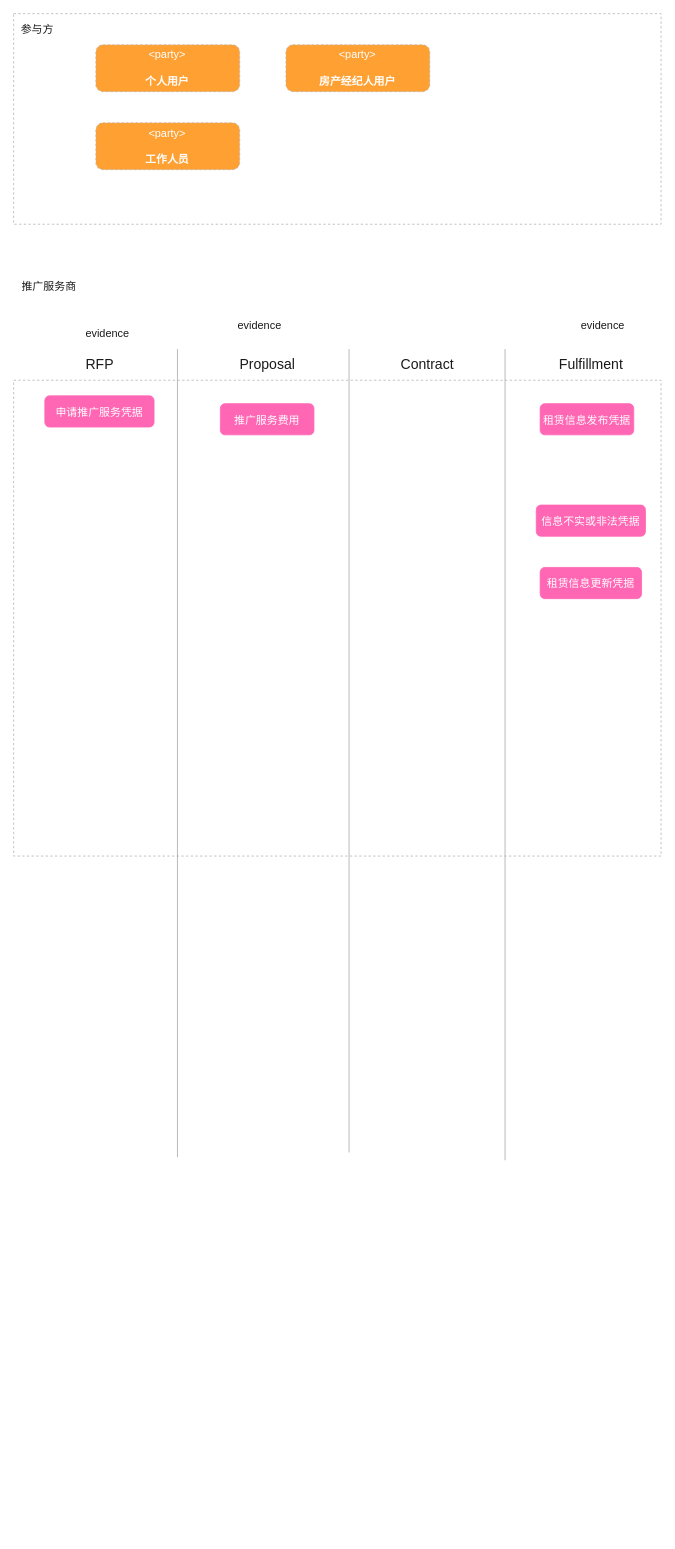
Before: 8x_flow.drawio in YaweiYa/drawio-garage, a draw.io diagram. Source tidied: cells renumbered, new cells numbered last; positions are measured from the earlier drawing's top-left corner, leaving out a move shared by most shapes. Both pictures are drawn from the tidied source at 78%, with x=0, y=0 at pixel (13, 13).
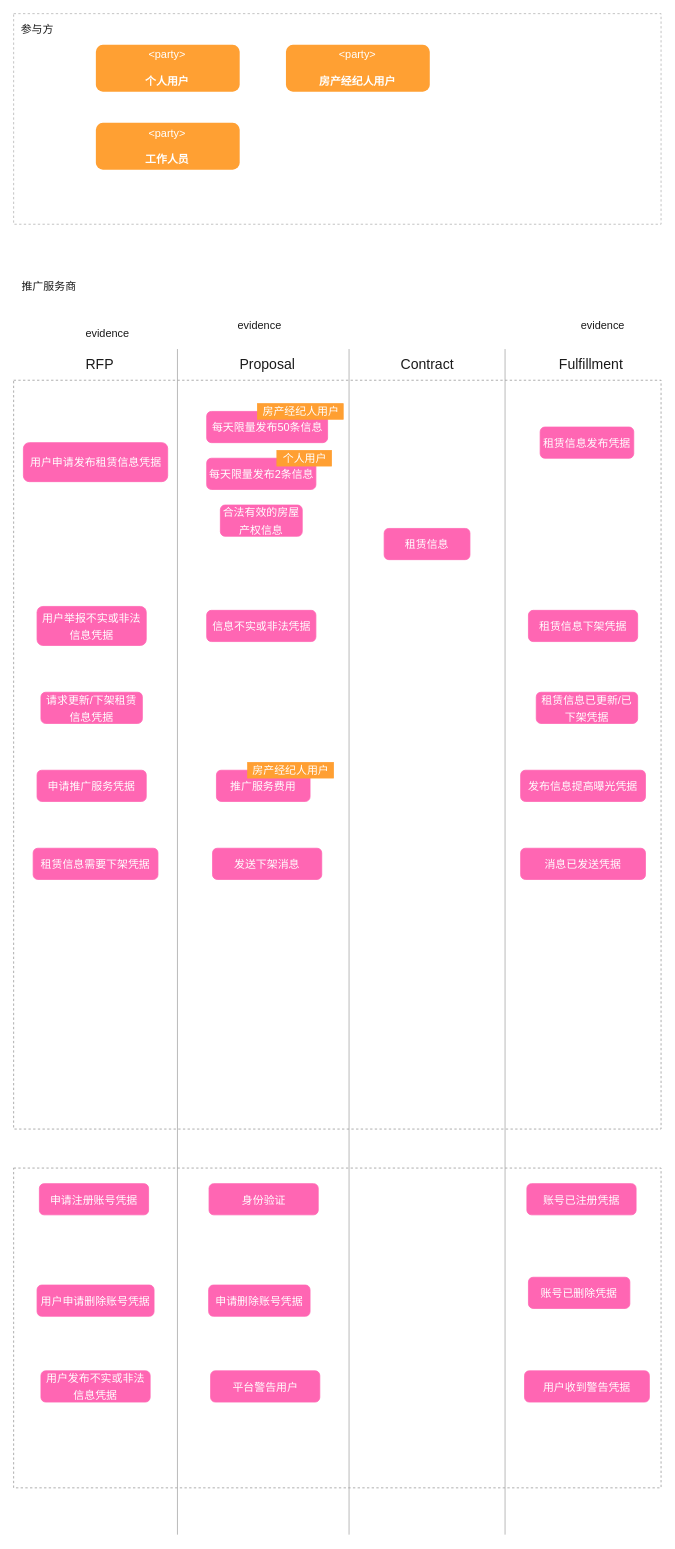
The same page after the edit.

Unchanged cells that the change refers to:
```xml
<mxCell id="19" style="group;" parent="1" vertex="1">
  <mxGeometry width="830" height="270" as="geometry" />
</mxCell>
```

The edit, as a diff of the source:
```diff
@@
-    <mxCell id="2" style="rounded=0;whiteSpace=wrap;html=1;fontSize=14;fontColor=#FFFFFF;strokeColor=#B3B3B3;fillColor=none;dashed=1;" parent="1" vertex="1">
-      <mxGeometry y="470" width="830" height="610" as="geometry" />
-    </mxCell>
+    <mxCell id="25" style="rounded=0;whiteSpace=wrap;html=1;dashed=1;fontSize=14;fontColor=#FFFFFF;strokeColor=#999999;fillColor=none;gradientColor=none;" parent="1" vertex="1">
+      <mxGeometry y="1480" width="830" height="410" as="geometry" />
+    </mxCell>
+    <mxCell id="26" style="rounded=0;whiteSpace=wrap;html=1;dashed=1;fontSize=14;fontColor=#FFFFFF;strokeColor=#999999;fillColor=none;gradientColor=none;" parent="1" vertex="1">
+      <mxGeometry y="470" width="830" height="960" as="geometry" />
+    </mxCell>
@@
     <mxCell id="7" style="endArrow=none;html=1;rounded=0;fontSize=18;strokeColor=#A6A6A6;" parent="1" edge="1">
       <mxGeometry relative="1" as="geometry">
-        <mxPoint x="210" y="1466" as="sourcePoint" />
+        <mxPoint x="210" y="1950" as="sourcePoint" />
         <mxPoint x="210" y="430" as="targetPoint" />
       </mxGeometry>
     </mxCell>
     <mxCell id="8" style="endArrow=none;html=1;rounded=0;fontSize=18;strokeColor=#A6A6A6;" parent="1" edge="1">
       <mxGeometry relative="1" as="geometry">
-        <mxPoint x="630" y="1470" as="sourcePoint" />
+        <mxPoint x="630" y="1950" as="sourcePoint" />
         <mxPoint x="630" y="430" as="targetPoint" />
       </mxGeometry>
     </mxCell>
     <mxCell id="9" style="endArrow=none;html=1;rounded=0;fontSize=18;strokeColor=#A6A6A6;" parent="1" edge="1">
       <mxGeometry relative="1" as="geometry">
-        <mxPoint x="430" y="1460" as="sourcePoint" />
+        <mxPoint x="430" y="1950" as="sourcePoint" />
         <mxPoint x="430" y="430" as="targetPoint" />
       </mxGeometry>
     </mxCell>
     <mxCell id="10" value="&lt;font style=&quot;font-size: 14px&quot; color=&quot;#ffffff&quot;&gt;租赁信息&lt;/font&gt;&lt;span style=&quot;color: rgb(255 , 255 , 255) ; font-size: 14px&quot;&gt;发布凭据&lt;/span&gt;" style="rounded=1;whiteSpace=wrap;html=1;fontSize=18;fillColor=#FF66B3;strokeColor=#FF66B3;" parent="1" vertex="1">
-      <mxGeometry x="675" y="500" width="120" height="40" as="geometry" />
+      <mxGeometry x="675" y="530" width="120" height="40" as="geometry" />
     </mxCell>
@@
-    <mxCell id="15" value="&lt;font style=&quot;font-size: 14px&quot; color=&quot;#ffffff&quot;&gt;租赁信息更新凭据&lt;/font&gt;" style="rounded=1;whiteSpace=wrap;html=1;fontSize=18;fillColor=#FF66B3;strokeColor=#FF66B3;" parent="1" vertex="1">
-      <mxGeometry x="675" y="710" width="130" height="40" as="geometry" />
+    <mxCell id="15" value="&lt;font style=&quot;font-size: 14px&quot; color=&quot;#ffffff&quot;&gt;租赁信息已更新/已下架凭据&lt;/font&gt;" style="rounded=1;whiteSpace=wrap;html=1;fontSize=18;fillColor=#FF66B3;strokeColor=#FF66B3;" parent="1" vertex="1">
+      <mxGeometry x="670" y="870" width="130" height="40" as="geometry" />
     </mxCell>
     <mxCell id="16" value="&lt;font style=&quot;font-size: 14px&quot; color=&quot;#ffffff&quot;&gt;信息不实或非法凭据&lt;/font&gt;" style="rounded=1;whiteSpace=wrap;html=1;fontSize=18;fillColor=#FF66B3;strokeColor=#FF66B3;" parent="1" vertex="1">
-      <mxGeometry x="670" y="630" width="140" height="40" as="geometry" />
+      <mxGeometry x="247.5" y="765" width="140" height="40" as="geometry" />
     </mxCell>
-    <mxCell id="17" value="&lt;font color=&quot;#ffffff&quot;&gt;&lt;span style=&quot;font-size: 14px&quot;&gt;推广服务费用&lt;/span&gt;&lt;/font&gt;" style="rounded=1;whiteSpace=wrap;html=1;fontSize=18;fillColor=#FF66B3;strokeColor=#FF66B3;" parent="1" vertex="1">
-      <mxGeometry x="265" y="500" width="120" height="40" as="geometry" />
-    </mxCell>
     <mxCell id="18" value="&lt;font color=&quot;#ffffff&quot;&gt;&lt;span style=&quot;font-size: 14px&quot;&gt;申请推广服务凭据&lt;/span&gt;&lt;/font&gt;" style="rounded=1;whiteSpace=wrap;html=1;fontSize=18;fillColor=#FF66B3;strokeColor=#FF66B3;" parent="1" vertex="1">
-      <mxGeometry x="40" y="490" width="140" height="40" as="geometry" />
+      <mxGeometry x="30" y="970" width="140" height="40" as="geometry" />
     </mxCell>
@@
     <object id="22" label="&lt;font color=&quot;#ffffff&quot;&gt;&amp;lt;%type%&amp;gt;&lt;br&gt;&lt;br&gt;&lt;b&gt;个人用户&lt;/b&gt;&lt;br&gt;&lt;/font&gt;" placeholders="1" type="party">
-      <mxCell style="rounded=1;whiteSpace=wrap;html=1;noLabel=0;comic=0;fillColor=#FFA033;dashed=1;fontSize=14;fontColor=#1A1A1A;strokeColor=#B3B3B3;" parent="19" vertex="1">
+      <mxCell style="rounded=1;whiteSpace=wrap;html=1;noLabel=0;comic=0;fillColor=#FFA033;dashed=1;fontSize=14;fontColor=#1A1A1A;strokeColor=none;" parent="19" vertex="1">
         <mxGeometry x="105.4" y="40" width="184.4" height="60" as="geometry" />
       </mxCell>
     </object>
     <object id="23" label="&lt;font color=&quot;#ffffff&quot;&gt;&amp;lt;%type%&amp;gt;&lt;br&gt;&lt;br&gt;&lt;b&gt;房产经纪人用户&lt;/b&gt;&lt;br&gt;&lt;/font&gt;" placeholders="1" type="party">
-      <mxCell style="rounded=1;whiteSpace=wrap;html=1;noLabel=0;comic=0;fillColor=#FFA033;dashed=1;fontSize=14;fontColor=#1A1A1A;strokeColor=#B3B3B3;" parent="19" vertex="1">
+      <mxCell style="rounded=1;whiteSpace=wrap;html=1;noLabel=0;comic=0;fillColor=#FFA033;dashed=1;fontSize=14;fontColor=#1A1A1A;strokeColor=none;" parent="19" vertex="1">
         <mxGeometry x="349.1" y="40" width="184.4" height="60" as="geometry" />
       </mxCell>
     </object>
     <object id="24" label="&lt;font color=&quot;#ffffff&quot;&gt;&amp;lt;%type%&amp;gt;&lt;br&gt;&lt;br&gt;&lt;b&gt;工作人员&lt;/b&gt;&lt;br&gt;&lt;/font&gt;" placeholders="1" type="party">
-      <mxCell style="rounded=1;whiteSpace=wrap;html=1;noLabel=0;comic=0;fillColor=#FFA033;dashed=1;fontSize=14;fontColor=#1A1A1A;strokeColor=#B3B3B3;" parent="19" vertex="1">
+      <mxCell style="rounded=1;whiteSpace=wrap;html=1;noLabel=0;comic=0;fillColor=#FFA033;dashed=1;fontSize=14;fontColor=#1A1A1A;strokeColor=none;" parent="19" vertex="1">
         <mxGeometry x="105.4" y="140" width="184.4" height="60" as="geometry" />
       </mxCell>
     </object>
+    <mxCell id="27" value="&lt;font style=&quot;font-size: 14px&quot; color=&quot;#ffffff&quot;&gt;用户申请删除账号凭据&lt;/font&gt;" style="rounded=1;whiteSpace=wrap;html=1;fontSize=18;fillColor=#FF66B3;strokeColor=#FF66B3;" parent="1" vertex="1">
+      <mxGeometry x="30" y="1630" width="150" height="40" as="geometry" />
+    </mxCell>
+    <mxCell id="28" value="&lt;font style=&quot;font-size: 14px&quot; color=&quot;#ffffff&quot;&gt;账号已删除凭据&lt;/font&gt;" style="rounded=1;whiteSpace=wrap;html=1;fontSize=18;fillColor=#FF66B3;strokeColor=#FF66B3;" parent="1" vertex="1">
+      <mxGeometry x="660" y="1620" width="130" height="40" as="geometry" />
+    </mxCell>
+    <mxCell id="29" value="&lt;font color=&quot;#ffffff&quot;&gt;&lt;span style=&quot;font-size: 14px&quot;&gt;发布信息提高曝光凭据&lt;/span&gt;&lt;/font&gt;" style="rounded=1;whiteSpace=wrap;html=1;fontSize=18;fillColor=#FF66B3;strokeColor=#FF66B3;" parent="1" vertex="1">
+      <mxGeometry x="650" y="970" width="160" height="40" as="geometry" />
+    </mxCell>
+    <mxCell id="30" value="&lt;font style=&quot;font-size: 14px&quot; color=&quot;#ffffff&quot;&gt;租赁信息下架凭据&lt;/font&gt;" style="rounded=1;whiteSpace=wrap;html=1;fontSize=18;fillColor=#FF66B3;strokeColor=#FF66B3;" parent="1" vertex="1">
+      <mxGeometry x="660" y="765" width="140" height="40" as="geometry" />
+    </mxCell>
+    <mxCell id="31" value="&lt;font style=&quot;font-size: 14px&quot; color=&quot;#ffffff&quot;&gt;用户举报不实或非法信息凭据&lt;/font&gt;" style="rounded=1;whiteSpace=wrap;html=1;fontSize=18;fillColor=#FF66B3;strokeColor=#FF66B3;" parent="1" vertex="1">
+      <mxGeometry x="30" y="760" width="140" height="50" as="geometry" />
+    </mxCell>
+    <mxCell id="32" value="&lt;font style=&quot;font-size: 14px&quot; color=&quot;#ffffff&quot;&gt;用户申请发布租赁信息凭据&lt;/font&gt;" style="rounded=1;whiteSpace=wrap;html=1;fontSize=18;fillColor=#FF66B3;strokeColor=#FF66B3;" parent="1" vertex="1">
+      <mxGeometry x="12.5" y="550" width="185" height="50" as="geometry" />
+    </mxCell>
+    <mxCell id="33" style="group;" parent="1" vertex="1">
+      <mxGeometry x="247.5" y="560" width="160" height="50" as="geometry" />
+    </mxCell>
+    <mxCell id="34" value="&lt;font color=&quot;#ffffff&quot;&gt;&lt;span style=&quot;font-size: 14px&quot;&gt;每天限量发布2条信息&lt;/span&gt;&lt;/font&gt;" style="rounded=1;whiteSpace=wrap;html=1;fontSize=18;fillColor=#FF66B3;strokeColor=#FF66B3;" parent="33" vertex="1">
+      <mxGeometry y="10" width="140" height="40" as="geometry" />
+    </mxCell>
+    <mxCell id="35" value="个人用户" style="text;html=1;align=center;verticalAlign=middle;strokeColor=#ff9f32;fillColor=#ff9f32;fontSize=14;gradientColor=none;fontColor=#FFFFFF;" parent="33" vertex="1">
+      <mxGeometry x="90" width="70" height="20" as="geometry" />
+    </mxCell>
+    <mxCell id="36" value="&lt;font style=&quot;font-size: 14px&quot; color=&quot;#ffffff&quot;&gt;请求更新/下架租赁信息凭据&lt;/font&gt;" style="rounded=1;whiteSpace=wrap;html=1;fontSize=18;fillColor=#FF66B3;strokeColor=#FF66B3;" parent="1" vertex="1">
+      <mxGeometry x="35" y="870" width="130" height="40" as="geometry" />
+    </mxCell>
+    <mxCell id="37" style="group;" parent="1" vertex="1">
+      <mxGeometry x="247.5" y="500" width="175" height="50" as="geometry" />
+    </mxCell>
+    <mxCell id="38" value="&lt;font color=&quot;#ffffff&quot;&gt;&lt;span style=&quot;font-size: 14px&quot;&gt;每天限量发布50条&lt;/span&gt;&lt;/font&gt;&lt;span style=&quot;color: rgb(255 , 255 , 255) ; font-size: 14px&quot;&gt;信息&lt;/span&gt;" style="rounded=1;whiteSpace=wrap;html=1;fontSize=18;fillColor=#FF66B3;strokeColor=#FF66B3;" parent="37" vertex="1">
+      <mxGeometry y="10" width="155" height="40" as="geometry" />
+    </mxCell>
+    <mxCell id="39" value="房产经纪人用户" style="text;html=1;align=center;verticalAlign=middle;strokeColor=#ff9f32;fillColor=#ff9f32;fontSize=14;gradientColor=none;fontColor=#FFFFFF;" parent="37" vertex="1">
+      <mxGeometry x="65" width="110" height="20" as="geometry" />
+    </mxCell>
+    <mxCell id="40" style="group;" parent="1" vertex="1">
+      <mxGeometry x="260" y="960" width="150" height="50" as="geometry" />
+    </mxCell>
+    <mxCell id="17" value="&lt;font color=&quot;#ffffff&quot;&gt;&lt;span style=&quot;font-size: 14px&quot;&gt;推广服务费用&lt;/span&gt;&lt;/font&gt;" style="rounded=1;whiteSpace=wrap;html=1;fontSize=18;fillColor=#FF66B3;strokeColor=#FF66B3;" parent="40" vertex="1">
+      <mxGeometry y="10" width="120" height="40" as="geometry" />
+    </mxCell>
+    <mxCell id="41" value="房产经纪人用户" style="text;html=1;align=center;verticalAlign=middle;strokeColor=#ff9f32;fillColor=#ff9f32;fontSize=14;gradientColor=none;fontColor=#FFFFFF;" parent="40" vertex="1">
+      <mxGeometry x="40" width="110" height="20" as="geometry" />
+    </mxCell>
+    <mxCell id="42" value="&lt;font style=&quot;font-size: 14px&quot; color=&quot;#ffffff&quot;&gt;合法有效的房屋产权信息&lt;/font&gt;" style="rounded=1;whiteSpace=wrap;html=1;fontSize=18;fillColor=#FF66B3;strokeColor=#FF66B3;" parent="1" vertex="1">
+      <mxGeometry x="265" y="630" width="105" height="40" as="geometry" />
+    </mxCell>
+    <mxCell id="43" value="&lt;font style=&quot;font-size: 14px&quot; color=&quot;#ffffff&quot;&gt;租赁信息&lt;br&gt;&lt;/font&gt;" style="rounded=1;whiteSpace=wrap;html=1;fontSize=18;fillColor=#FF66B3;strokeColor=#FF66B3;" parent="1" vertex="1">
+      <mxGeometry x="475" y="660" width="110" height="40" as="geometry" />
+    </mxCell>
+    <mxCell id="44" value="&lt;font color=&quot;#ffffff&quot;&gt;&lt;span style=&quot;font-size: 14px&quot;&gt;租赁信息需要下架凭据&lt;/span&gt;&lt;/font&gt;" style="rounded=1;whiteSpace=wrap;html=1;fontSize=18;fillColor=#FF66B3;strokeColor=#FF66B3;" parent="1" vertex="1">
+      <mxGeometry x="25" y="1070" width="160" height="40" as="geometry" />
+    </mxCell>
+    <mxCell id="45" value="&lt;font color=&quot;#ffffff&quot;&gt;&lt;span style=&quot;font-size: 14px&quot;&gt;用户发布不实或非法信息凭据&lt;/span&gt;&lt;/font&gt;" style="rounded=1;whiteSpace=wrap;html=1;fontSize=18;fillColor=#FF66B3;strokeColor=#FF66B3;" parent="1" vertex="1">
+      <mxGeometry x="35" y="1740" width="140" height="40" as="geometry" />
+    </mxCell>
+    <mxCell id="46" value="&lt;font color=&quot;#ffffff&quot;&gt;&lt;span style=&quot;font-size: 14px&quot;&gt;消息已发送凭据&lt;/span&gt;&lt;/font&gt;" style="rounded=1;whiteSpace=wrap;html=1;fontSize=18;fillColor=#FF66B3;strokeColor=#FF66B3;" parent="1" vertex="1">
+      <mxGeometry x="650" y="1070" width="160" height="40" as="geometry" />
+    </mxCell>
+    <mxCell id="47" value="&lt;font style=&quot;font-size: 14px&quot; color=&quot;#ffffff&quot;&gt;发送下架消息&lt;/font&gt;" style="rounded=1;whiteSpace=wrap;html=1;fontSize=18;fillColor=#FF66B3;strokeColor=#FF66B3;" parent="1" vertex="1">
+      <mxGeometry x="255" y="1070" width="140" height="40" as="geometry" />
+    </mxCell>
+    <mxCell id="48" value="&lt;font style=&quot;font-size: 14px&quot; color=&quot;#ffffff&quot;&gt;平台警告用户&lt;/font&gt;" style="rounded=1;whiteSpace=wrap;html=1;fontSize=18;fillColor=#FF66B3;strokeColor=#FF66B3;" parent="1" vertex="1">
+      <mxGeometry x="252.5" y="1740" width="140" height="40" as="geometry" />
+    </mxCell>
+    <mxCell id="49" value="&lt;font color=&quot;#ffffff&quot;&gt;&lt;span style=&quot;font-size: 14px&quot;&gt;用户收到警告凭据&lt;/span&gt;&lt;/font&gt;" style="rounded=1;whiteSpace=wrap;html=1;fontSize=18;fillColor=#FF66B3;strokeColor=#FF66B3;" parent="1" vertex="1">
+      <mxGeometry x="655" y="1740" width="160" height="40" as="geometry" />
+    </mxCell>
+    <mxCell id="50" value="&lt;font style=&quot;font-size: 14px&quot; color=&quot;#ffffff&quot;&gt;申请删除账号凭据&lt;/font&gt;" style="rounded=1;whiteSpace=wrap;html=1;fontSize=18;fillColor=#FF66B3;strokeColor=#FF66B3;" parent="1" vertex="1">
+      <mxGeometry x="250" y="1630" width="130" height="40" as="geometry" />
+    </mxCell>
+    <mxCell id="51" value="&lt;font color=&quot;#ffffff&quot;&gt;&lt;span style=&quot;font-size: 14px&quot;&gt;申请注册账号凭据&lt;/span&gt;&lt;/font&gt;" style="rounded=1;whiteSpace=wrap;html=1;fontSize=18;fillColor=#FF66B3;strokeColor=#FF66B3;" parent="1" vertex="1">
+      <mxGeometry x="33" y="1500" width="140" height="40" as="geometry" />
+    </mxCell>
+    <mxCell id="52" value="&lt;font style=&quot;font-size: 14px&quot; color=&quot;#ffffff&quot;&gt;身份验证&lt;/font&gt;" style="rounded=1;whiteSpace=wrap;html=1;fontSize=18;fillColor=#FF66B3;strokeColor=#FF66B3;" parent="1" vertex="1">
+      <mxGeometry x="250.5" y="1500" width="140" height="40" as="geometry" />
+    </mxCell>
+    <mxCell id="53" value="&lt;font style=&quot;font-size: 14px&quot; color=&quot;#ffffff&quot;&gt;账号已注册凭据&lt;/font&gt;" style="rounded=1;whiteSpace=wrap;html=1;fontSize=18;fillColor=#FF66B3;strokeColor=#FF66B3;" parent="1" vertex="1">
+      <mxGeometry x="658" y="1500" width="140" height="40" as="geometry" />
+    </mxCell>
```
